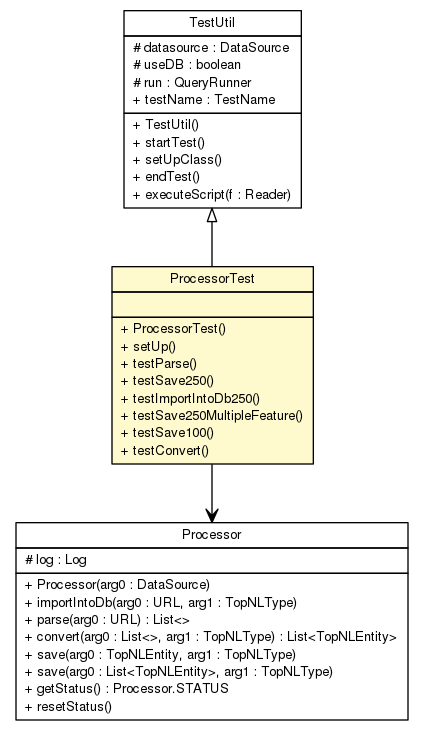
Earlier version of the Graphviz export topnlparser/testapidocs/nl/b3p/topnl/ProcessorTest.png (B3Partners/brmo). Its source is kept beside it as topnlparser/testapidocs/nl/b3p/topnl/ProcessorTest.dot.
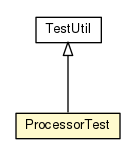
Above is the later version.

Change to the diagram source:
```diff
@@ -4,60 +4,15 @@
 	node [fontname="Helvetica",fontsize=10,shape=plaintext];
 	nodesep=0.25;
 	ranksep=0.5;
-	c83 [label=<<table title="nl.b3p.topnl.ProcessorTest" border="0" cellborder="1" cellspacing="0" cellpadding="2" port="p" bgcolor="lemonChiffon" href="./ProcessorTest.html">
+	c50 [label=<<table title="nl.b3p.topnl.ProcessorTest" border="0" cellborder="1" cellspacing="0" cellpadding="2" port="p" bgcolor="lemonChiffon" href="./ProcessorTest.html">
 		<tr><td><table border="0" cellspacing="0" cellpadding="1">
 <tr><td align="center" balign="center"> ProcessorTest </td></tr>
 		</table></td></tr>
-		<tr><td><table border="0" cellspacing="0" cellpadding="1">
-<tr><td align="left" balign="left">  </td></tr>
-		</table></td></tr>
-		<tr><td><table border="0" cellspacing="0" cellpadding="1">
-<tr><td align="left" balign="left"> + ProcessorTest() </td></tr>
-<tr><td align="left" balign="left"> + setUp() </td></tr>
-<tr><td align="left" balign="left"> + testParse() </td></tr>
-<tr><td align="left" balign="left"> + testSave250() </td></tr>
-<tr><td align="left" balign="left"> + testImportIntoDb250() </td></tr>
-<tr><td align="left" balign="left"> + testSave250MultipleFeature() </td></tr>
-<tr><td align="left" balign="left"> + testSave100() </td></tr>
-<tr><td align="left" balign="left"> + testConvert() </td></tr>
-		</table></td></tr>
 		</table>>, URL="./ProcessorTest.html", fontname="Helvetica", fontcolor="black", fontsize=10.0];
-	c84 [label=<<table title="nl.b3p.topnl.TestUtil" border="0" cellborder="1" cellspacing="0" cellpadding="2" port="p" href="./TestUtil.html">
+	c51 [label=<<table title="nl.b3p.topnl.TestUtil" border="0" cellborder="1" cellspacing="0" cellpadding="2" port="p" href="./TestUtil.html">
 		<tr><td><table border="0" cellspacing="0" cellpadding="1">
 <tr><td align="center" balign="center"> TestUtil </td></tr>
 		</table></td></tr>
-		<tr><td><table border="0" cellspacing="0" cellpadding="1">
-<tr><td align="left" balign="left"> # datasource : DataSource </td></tr>
-<tr><td align="left" balign="left"> # useDB : boolean </td></tr>
-<tr><td align="left" balign="left"> # run : QueryRunner </td></tr>
-<tr><td align="left" balign="left"> + testName : TestName </td></tr>
-		</table></td></tr>
-		<tr><td><table border="0" cellspacing="0" cellpadding="1">
-<tr><td align="left" balign="left"> + TestUtil() </td></tr>
-<tr><td align="left" balign="left"> + startTest() </td></tr>
-<tr><td align="left" balign="left"> + setUpClass() </td></tr>
-<tr><td align="left" balign="left"> + endTest() </td></tr>
-<tr><td align="left" balign="left"> + executeScript(f : Reader) </td></tr>
-		</table></td></tr>
 		</table>>, URL="./TestUtil.html", fontname="Helvetica", fontcolor="black", fontsize=10.0];
-	c84:p -> c83:p [dir=back,arrowtail=empty];
-	c83:p -> c93:p [taillabel="", label="", headlabel="", fontname="Helvetica", fontcolor="black", fontsize=10.0, color="black", arrowhead=open];
-	c93 [label=<<table title="nl.b3p.topnl.Processor" border="0" cellborder="1" cellspacing="0" cellpadding="2" port="p">
-		<tr><td><table border="0" cellspacing="0" cellpadding="1">
-<tr><td align="center" balign="center"> Processor </td></tr>
-		</table></td></tr>
-		<tr><td><table border="0" cellspacing="0" cellpadding="1">
-<tr><td align="left" balign="left"> # log : Log </td></tr>
-		</table></td></tr>
-		<tr><td><table border="0" cellspacing="0" cellpadding="1">
-<tr><td align="left" balign="left"> + Processor(arg0 : DataSource) </td></tr>
-<tr><td align="left" balign="left"> + importIntoDb(arg0 : URL, arg1 : TopNLType) </td></tr>
-<tr><td align="left" balign="left"> + parse(arg0 : URL) : List&lt;&gt; </td></tr>
-<tr><td align="left" balign="left"> + convert(arg0 : List&lt;&gt;, arg1 : TopNLType) : List&lt;TopNLEntity&gt; </td></tr>
-<tr><td align="left" balign="left"> + save(arg0 : TopNLEntity, arg1 : TopNLType) </td></tr>
-<tr><td align="left" balign="left"> + save(arg0 : List&lt;TopNLEntity&gt;, arg1 : TopNLType) </td></tr>
-<tr><td align="left" balign="left"> + getStatus() : Processor.STATUS </td></tr>
-<tr><td align="left" balign="left"> + resetStatus() </td></tr>
-		</table></td></tr>
-		</table>>, URL="null", fontname="Helvetica", fontcolor="black", fontsize=10.0];
+	c51:p -> c50:p [dir=back,arrowtail=empty];
 }
```
